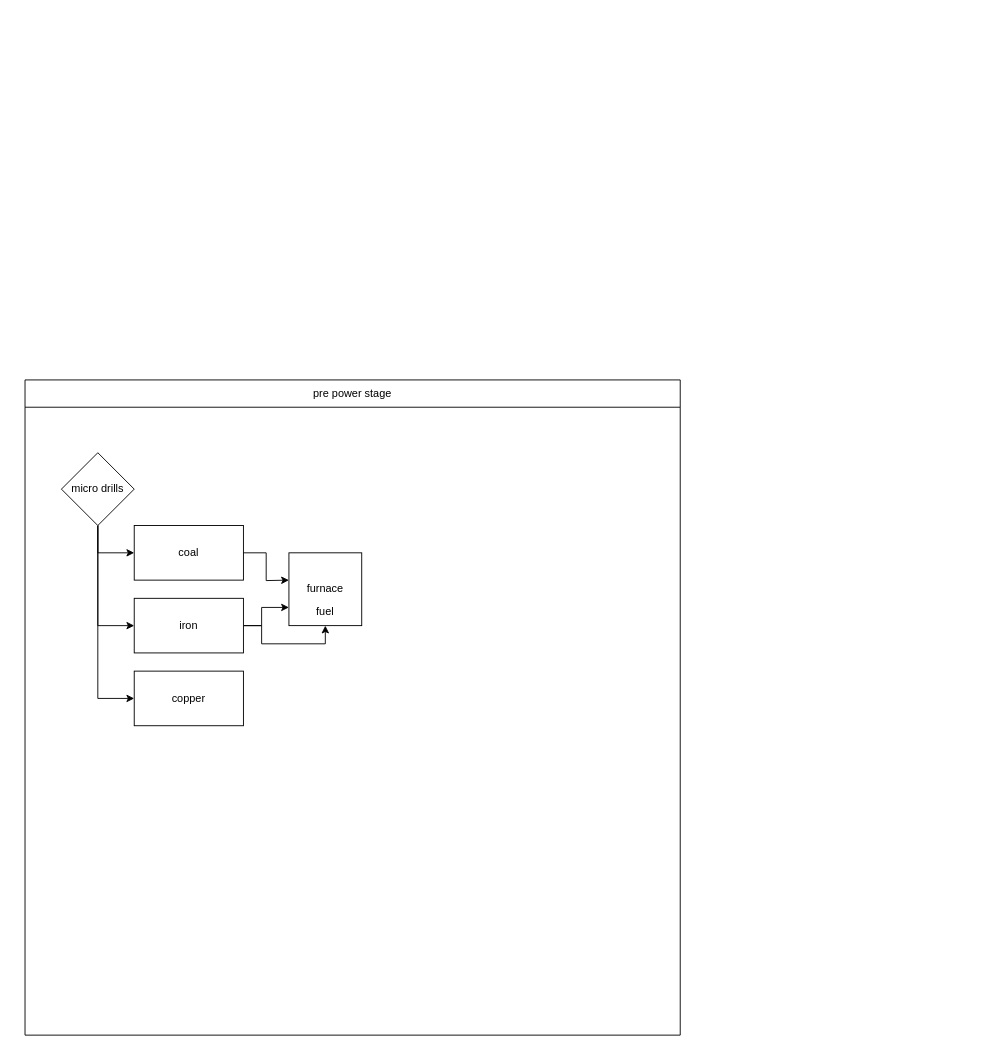
Above: Untitled Diagram.drawio in Q8er2y/to-be-renamed (draw.io), before the change. Source tidied: cells renumbered, new cells numbered last; positions are measured from the earlier drawing's top-left corner, leaving out a move shared by most shapes. Both pictures are drawn from the tidied source at 91%, with x=0, y=0 at pixel (25, 379).
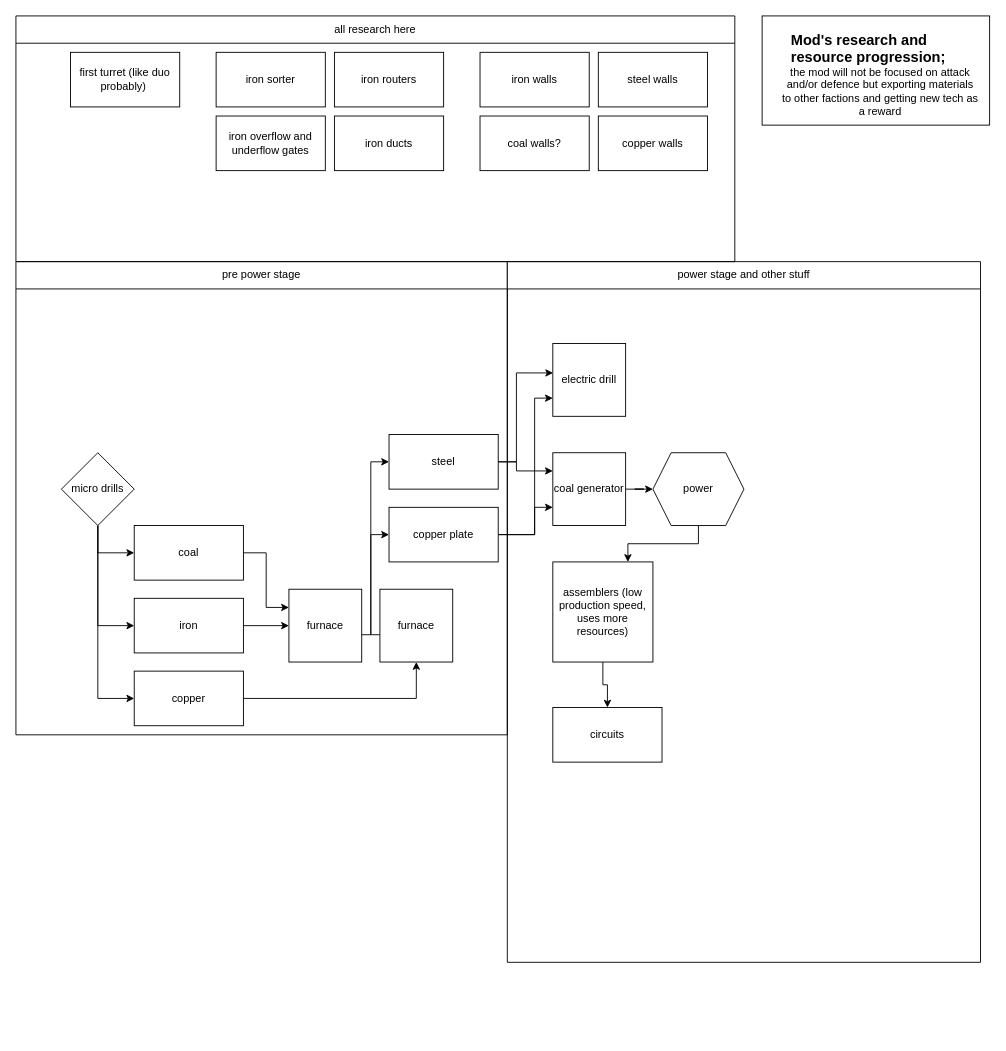
The same page after the edit.

Unchanged cells that the change refers to:
```xml
<mxCell id="7" value="coal" style="rounded=0;whiteSpace=wrap;html=1;" parent="1" vertex="1">
  <mxGeometry x="120" y="160" width="120" height="60" as="geometry" />
</mxCell>
<mxCell id="10" value="iron" style="rounded=0;whiteSpace=wrap;html=1;" parent="1" vertex="1">
  <mxGeometry x="120" y="240" width="120" height="60" as="geometry" />
</mxCell>
<mxCell id="11" value="copper" style="rounded=0;whiteSpace=wrap;html=1;" parent="1" vertex="1">
  <mxGeometry x="120" y="320" width="120" height="60" as="geometry" />
</mxCell>
```

Diff of the diagram source:
```diff
@@
+    <mxCell id="15" style="rounded=0;whiteSpace=wrap;html=1;" parent="1" vertex="1">
+      <mxGeometry x="810" y="-400" width="250" height="120" as="geometry" />
+    </mxCell>
     <mxCell id="2" value="pre power stage" style="swimlane;fontStyle=0;horizontal=1;startSize=30;whiteSpace=wrap;html=1;" parent="1" vertex="1">
-      <mxGeometry width="720" height="720" as="geometry" />
+      <mxGeometry x="-10" y="-130" width="540" height="520" as="geometry" />
     </mxCell>
@@
+    <mxCell id="16" style="edgeStyle=orthogonalEdgeStyle;rounded=0;jettySize=auto;html=1;entryX=0;entryY=0.25;entryDx=0;entryDy=0;" parent="1" edge="1" source="7" target="12">
+      <mxGeometry relative="1" as="geometry" />
+    </mxCell>
@@
-    <mxCell id="8" style="edgeStyle=orthogonalEdgeStyle;rounded=0;jettySize=auto;html=1;entryX=0.5;entryY=1;entryDx=0;entryDy=0;" parent="1" edge="1" source="10" target="13">
-      <mxGeometry relative="1" as="geometry">
-        <Array as="points">
-          <mxPoint x="260" y="270" />
-          <mxPoint x="260" y="290" />
-          <mxPoint x="330" y="290" />
-        </Array>
-      </mxGeometry>
-    </mxCell>
-    <mxCell id="9" style="edgeStyle=orthogonalEdgeStyle;rounded=0;jettySize=auto;html=1;entryX=0;entryY=0.75;entryDx=0;entryDy=0;" parent="1" edge="1" source="10" target="12">
-      <mxGeometry relative="1" as="geometry">
-        <Array as="points">
-          <mxPoint x="260" y="270" />
-          <mxPoint x="260" y="250" />
-        </Array>
-      </mxGeometry>
+    <mxCell id="9" style="edgeStyle=orthogonalEdgeStyle;rounded=0;jettySize=auto;html=1;entryX=0;entryY=0.5;entryDx=0;entryDy=0;" parent="1" edge="1" source="10" target="12">
+      <mxGeometry relative="1" as="geometry" />
     </mxCell>
@@
+    <mxCell id="17" style="edgeStyle=orthogonalEdgeStyle;rounded=0;jettySize=auto;html=1;entryX=0.5;entryY=1;entryDx=0;entryDy=0;" parent="1" edge="1" source="11" target="25">
+      <mxGeometry relative="1" as="geometry" />
+    </mxCell>
@@
+    <mxCell id="18" style="edgeStyle=orthogonalEdgeStyle;rounded=0;jettySize=auto;html=1;entryX=0;entryY=0.5;entryDx=0;entryDy=0;" parent="1" edge="1" source="12" target="23">
+      <mxGeometry relative="1" as="geometry">
+        <Array as="points">
+          <mxPoint x="380" y="280" />
+          <mxPoint x="380" y="90" />
+        </Array>
+      </mxGeometry>
+    </mxCell>
     <mxCell id="12" value="furnace" style="whiteSpace=wrap;html=1;" parent="1" vertex="1">
-      <mxGeometry x="290" y="190" width="80" height="80" as="geometry" />
+      <mxGeometry x="290" y="230" width="80" height="80" as="geometry" />
     </mxCell>
-    <mxCell id="13" value="fuel" style="text;html=1;align=center;verticalAlign=middle;whiteSpace=wrap;rounded=0;" parent="1" vertex="1">
-      <mxGeometry x="300" y="240" width="60" height="30" as="geometry" />
-    </mxCell>
-    <mxCell id="14" style="edgeStyle=orthogonalEdgeStyle;rounded=0;jettySize=auto;html=1;" parent="1" edge="1" source="7">
-      <mxGeometry relative="1" as="geometry">
-        <mxPoint x="290" y="220" as="targetPoint" />
-      </mxGeometry>
-    </mxCell>
+    <mxCell id="19" style="edgeStyle=orthogonalEdgeStyle;rounded=0;jettySize=auto;html=1;exitX=1;exitY=0.5;exitDx=0;exitDy=0;entryX=0;entryY=0.75;entryDx=0;entryDy=0;" parent="1" edge="1" source="21" target="38">
+      <mxGeometry relative="1" as="geometry">
+        <Array as="points">
+          <mxPoint x="560" y="170" />
+          <mxPoint x="560" y="140" />
+        </Array>
+      </mxGeometry>
+    </mxCell>
+    <mxCell id="20" style="edgeStyle=orthogonalEdgeStyle;rounded=0;jettySize=auto;html=1;entryX=0;entryY=0.75;entryDx=0;entryDy=0;" parent="1" edge="1" source="21" target="46">
+      <mxGeometry relative="1" as="geometry">
+        <Array as="points">
+          <mxPoint x="560" y="170" />
+          <mxPoint x="560" y="20" />
+        </Array>
+      </mxGeometry>
+    </mxCell>
+    <mxCell id="21" value="copper plate" style="rounded=0;whiteSpace=wrap;html=1;" parent="1" vertex="1">
+      <mxGeometry x="400" y="140" width="120" height="60" as="geometry" />
+    </mxCell>
+    <mxCell id="22" style="edgeStyle=orthogonalEdgeStyle;rounded=0;jettySize=auto;html=1;exitX=1;exitY=0.5;exitDx=0;exitDy=0;entryX=0;entryY=0.25;entryDx=0;entryDy=0;" parent="1" edge="1" source="23" target="38">
+      <mxGeometry relative="1" as="geometry">
+        <Array as="points">
+          <mxPoint x="540" y="90" />
+          <mxPoint x="540" y="100" />
+        </Array>
+      </mxGeometry>
+    </mxCell>
+    <mxCell id="23" value="steel" style="rounded=0;whiteSpace=wrap;html=1;" parent="1" vertex="1">
+      <mxGeometry x="400" y="60" width="120" height="60" as="geometry" />
+    </mxCell>
+    <mxCell id="24" style="edgeStyle=orthogonalEdgeStyle;rounded=0;jettySize=auto;html=1;entryX=0;entryY=0.5;entryDx=0;entryDy=0;" parent="1" edge="1" source="25" target="21">
+      <mxGeometry relative="1" as="geometry">
+        <Array as="points">
+          <mxPoint x="380" y="280" />
+          <mxPoint x="380" y="170" />
+        </Array>
+      </mxGeometry>
+    </mxCell>
+    <mxCell id="25" value="furnace" style="whiteSpace=wrap;html=1;" parent="1" vertex="1">
+      <mxGeometry x="390" y="230" width="80" height="80" as="geometry" />
+    </mxCell>
+    <mxCell id="26" value="steel walls" style="rounded=0;whiteSpace=wrap;html=1;" parent="1" vertex="1">
+      <mxGeometry x="630" y="-360" width="120" height="60" as="geometry" />
+    </mxCell>
+    <mxCell id="27" value="copper walls" style="rounded=0;whiteSpace=wrap;html=1;" parent="1" vertex="1">
+      <mxGeometry x="630" y="-290" width="120" height="60" as="geometry" />
+    </mxCell>
+    <mxCell id="28" value="iron walls" style="rounded=0;whiteSpace=wrap;html=1;" parent="1" vertex="1">
+      <mxGeometry x="500" y="-360" width="120" height="60" as="geometry" />
+    </mxCell>
+    <mxCell id="29" value="coal walls?" style="rounded=0;whiteSpace=wrap;html=1;" parent="1" vertex="1">
+      <mxGeometry x="500" y="-290" width="120" height="60" as="geometry" />
+    </mxCell>
+    <mxCell id="30" value="iron routers" style="rounded=0;whiteSpace=wrap;html=1;" parent="1" vertex="1">
+      <mxGeometry x="340" y="-360" width="120" height="60" as="geometry" />
+    </mxCell>
+    <mxCell id="31" value="iron ducts" style="rounded=0;whiteSpace=wrap;html=1;" parent="1" vertex="1">
+      <mxGeometry x="340" y="-290" width="120" height="60" as="geometry" />
+    </mxCell>
+    <mxCell id="32" value="iron sorter" style="rounded=0;whiteSpace=wrap;html=1;" parent="1" vertex="1">
+      <mxGeometry x="210" y="-360" width="120" height="60" as="geometry" />
+    </mxCell>
+    <mxCell id="33" value="iron overflow and underflow gates" style="rounded=0;whiteSpace=wrap;html=1;" parent="1" vertex="1">
+      <mxGeometry x="210" y="-290" width="120" height="60" as="geometry" />
+    </mxCell>
+    <mxCell id="34" value="first turret (like duo probably)&amp;nbsp;" style="rounded=0;whiteSpace=wrap;html=1;" parent="1" vertex="1">
+      <mxGeometry x="50" y="-360" width="120" height="60" as="geometry" />
+    </mxCell>
+    <mxCell id="35" value="power stage and other stuff" style="swimlane;fontStyle=0;horizontal=1;startSize=30;whiteSpace=wrap;html=1;" parent="1" vertex="1">
+      <mxGeometry x="530" y="-130" width="520" height="770" as="geometry" />
+    </mxCell>
+    <mxCell id="36" value="all research here" style="swimlane;fontStyle=0;horizontal=1;startSize=30;whiteSpace=wrap;html=1;" parent="1" vertex="1">
+      <mxGeometry x="-10" y="-400" width="790" height="270" as="geometry" />
+    </mxCell>
+    <mxCell id="37" style="edgeStyle=orthogonalEdgeStyle;rounded=0;jettySize=auto;html=1;entryX=0;entryY=0.5;entryDx=0;entryDy=0;" parent="1" edge="1" source="38" target="42">
+      <mxGeometry relative="1" as="geometry" />
+    </mxCell>
+    <mxCell id="38" value="coal generator" style="whiteSpace=wrap;html=1;" parent="1" vertex="1">
+      <mxGeometry x="580" y="80" width="80" height="80" as="geometry" />
+    </mxCell>
+    <mxCell id="39" style="edgeStyle=orthogonalEdgeStyle;rounded=0;jettySize=auto;html=1;entryX=0.5;entryY=0;entryDx=0;entryDy=0;" parent="1" edge="1" source="40" target="43">
+      <mxGeometry relative="1" as="geometry" />
+    </mxCell>
+    <mxCell id="40" value="assemblers (low production speed, uses more resources)" style="whiteSpace=wrap;html=1;" parent="1" vertex="1">
+      <mxGeometry x="580" y="200" width="110" height="110" as="geometry" />
+    </mxCell>
+    <mxCell id="41" style="edgeStyle=orthogonalEdgeStyle;rounded=0;jettySize=auto;html=1;entryX=0.75;entryY=0;entryDx=0;entryDy=0;" parent="1" edge="1" source="42" target="40">
+      <mxGeometry relative="1" as="geometry" />
+    </mxCell>
+    <mxCell id="42" value="power" style="shape=hexagon;perimeter=hexagonPerimeter2;whiteSpace=wrap;html=1;fixedSize=1;" parent="1" vertex="1">
+      <mxGeometry x="690" y="80" width="100" height="80" as="geometry" />
+    </mxCell>
+    <mxCell id="43" value="circuits" style="rounded=0;whiteSpace=wrap;html=1;" parent="1" vertex="1">
+      <mxGeometry x="580" y="360" width="120" height="60" as="geometry" />
+    </mxCell>
+    <mxCell id="44" value="Mod's research and resource progression;" style="text;html=1;whiteSpace=wrap;overflow=hidden;rounded=0;fontSize=16;fontStyle=1;" parent="1" vertex="1">
+      <mxGeometry x="840" y="-390" width="210" height="50" as="geometry" />
+    </mxCell>
+    <mxCell id="45" value="the mod will not be focused on attack and/or defence but exporting materials to other factions and getting new tech as a reward" style="text;html=1;align=center;verticalAlign=middle;whiteSpace=wrap;rounded=0;" parent="1" vertex="1">
+      <mxGeometry x="830" y="-345" width="220" height="55" as="geometry" />
+    </mxCell>
+    <mxCell id="46" value="electric drill" style="whiteSpace=wrap;html=1;" parent="1" vertex="1">
+      <mxGeometry x="580" y="-40" width="80" height="80" as="geometry" />
+    </mxCell>
+    <mxCell id="47" style="edgeStyle=orthogonalEdgeStyle;rounded=0;jettySize=auto;html=1;entryX=0.004;entryY=0.404;entryDx=0;entryDy=0;entryPerimeter=0;" parent="1" edge="1" source="23" target="46">
+      <mxGeometry relative="1" as="geometry">
+        <Array as="points">
+          <mxPoint x="540" y="90" />
+          <mxPoint x="540" y="-8" />
+        </Array>
+      </mxGeometry>
+    </mxCell>
```
